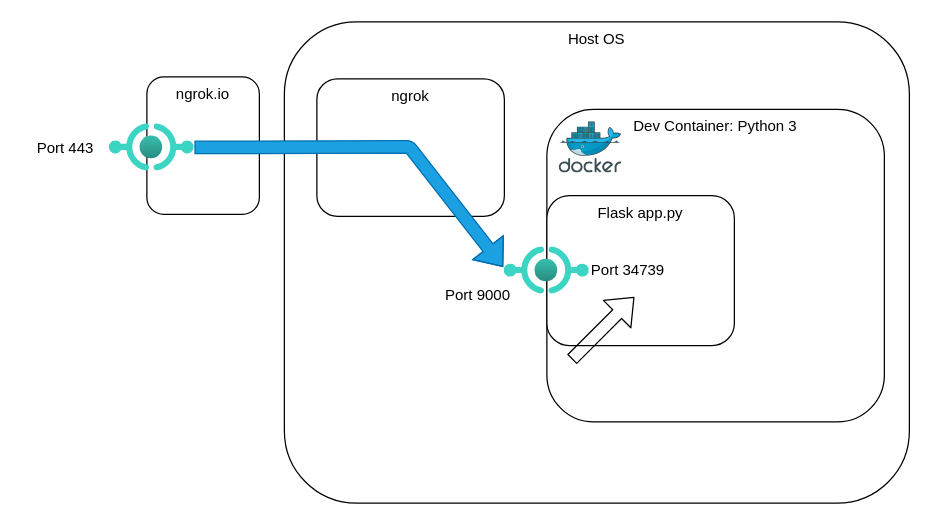
DougCarroll/check_bucket keeps this draw.io diagram as connectivity.drawio. Above is the earlier version. Source tidied: cells renumbered, new cells numbered last; positions are measured from the earlier drawing's top-left corner, leaving out a move shared by most shapes. Both pictures are drawn from the tidied source at 125%, with x=0, y=0 at pixel (21, 21).
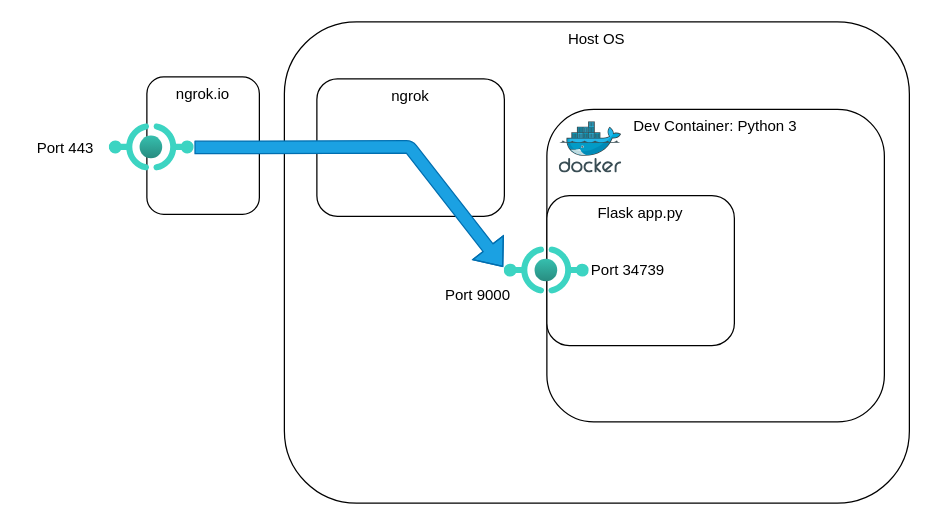
Above is the later version.

Commit message:
Removed stray arrow

What changed in the source:
```diff
@@
 <mxGraphModel>
   <root>
     <mxCell id="0" />
     <mxCell id="1" parent="0" />
     <mxCell id="2" value="Host OS" style="whiteSpace=wrap;html=1;align=center;rounded=1;horizontal=1;verticalAlign=top;" parent="1" vertex="1">
       <mxGeometry x="210" width="500" height="385" as="geometry" />
     </mxCell>
     <mxCell id="3" value="Dev Container: Python 3" style="whiteSpace=wrap;html=1;align=center;rounded=1;horizontal=1;verticalAlign=top;" parent="1" vertex="1">
       <mxGeometry x="420" y="70" width="270" height="250" as="geometry" />
     </mxCell>
     <mxCell id="4" value="Flask app.py" style="whiteSpace=wrap;html=1;align=center;rounded=1;horizontal=1;verticalAlign=top;" parent="1" vertex="1">
       <mxGeometry x="420" y="139" width="150" height="120" as="geometry" />
     </mxCell>
     <mxCell id="5" value="ngrok" style="whiteSpace=wrap;html=1;align=center;rounded=1;horizontal=1;verticalAlign=top;" parent="1" vertex="1">
       <mxGeometry x="236" y="45.5" width="150" height="110" as="geometry" />
     </mxCell>
     <mxCell id="6" style="sketch=0;html=1;align=center;image;fontSize=12;image=img/lib/mscae/Docker.svg;rounded=1;" parent="1" vertex="1">
       <mxGeometry x="430" y="80" width="50" height="41" as="geometry" />
     </mxCell>
     <mxCell id="7" style="html=1;points=[];align=center;image;fontSize=12;image=img/lib/azure2/other/API_Proxy.svg;rounded=1;" parent="1" vertex="1">
       <mxGeometry x="386" y="180" width="68" height="38" as="geometry" />
     </mxCell>
     <mxCell id="8" value="Port 34739" style="text;strokeColor=none;align=center;fillColor=none;html=1;verticalAlign=middle;whiteSpace=wrap;rounded=0;" parent="1" vertex="1">
       <mxGeometry x="450" y="189" width="70" height="20" as="geometry" />
     </mxCell>
     <mxCell id="9" value="Port 9000" style="text;strokeColor=none;align=center;fillColor=none;html=1;verticalAlign=middle;whiteSpace=wrap;rounded=0;" parent="1" vertex="1">
       <mxGeometry x="330" y="209" width="70" height="20" as="geometry" />
     </mxCell>
-    <mxCell id="10" style="shape=flexArrow;endArrow=classic;html=1;" parent="1" edge="1">
-      <mxGeometry relative="1" as="geometry">
-        <mxPoint x="440" y="270" as="sourcePoint" />
-        <mxPoint x="490" y="220" as="targetPoint" />
-      </mxGeometry>
-    </mxCell>
     <mxCell id="11" value="ngrok.io" style="whiteSpace=wrap;html=1;align=center;rounded=1;horizontal=1;verticalAlign=top;" parent="1" vertex="1">
       <mxGeometry x="100" y="44" width="90" height="110" as="geometry" />
     </mxCell>
     <mxCell id="12" style="shape=flexArrow;endArrow=classic;html=1;entryX=-0.015;entryY=0.421;entryDx=0;entryDy=0;entryPerimeter=0;fontColor=#99CCFF;labelBackgroundColor=#99CCFF;fillColor=#1ba1e2;strokeColor=#006EAF;" parent="1" edge="1" source="13" target="7">
       <mxGeometry relative="1" as="geometry">
         <Array as="points">
           <mxPoint x="310" y="100" />
         </Array>
       </mxGeometry>
     </mxCell>
     <mxCell id="13" style="html=1;points=[];align=center;image;fontSize=12;image=img/lib/azure2/other/API_Proxy.svg;rounded=1;" parent="1" vertex="1">
       <mxGeometry x="70" y="81.5" width="68" height="38" as="geometry" />
     </mxCell>
     <mxCell id="14" value="Port 443" style="text;strokeColor=none;align=center;fillColor=none;html=1;verticalAlign=middle;whiteSpace=wrap;rounded=0;" parent="1" vertex="1">
       <mxGeometry y="90.5" width="70" height="20" as="geometry" />
     </mxCell>
   </root>
 </mxGraphModel>
```
